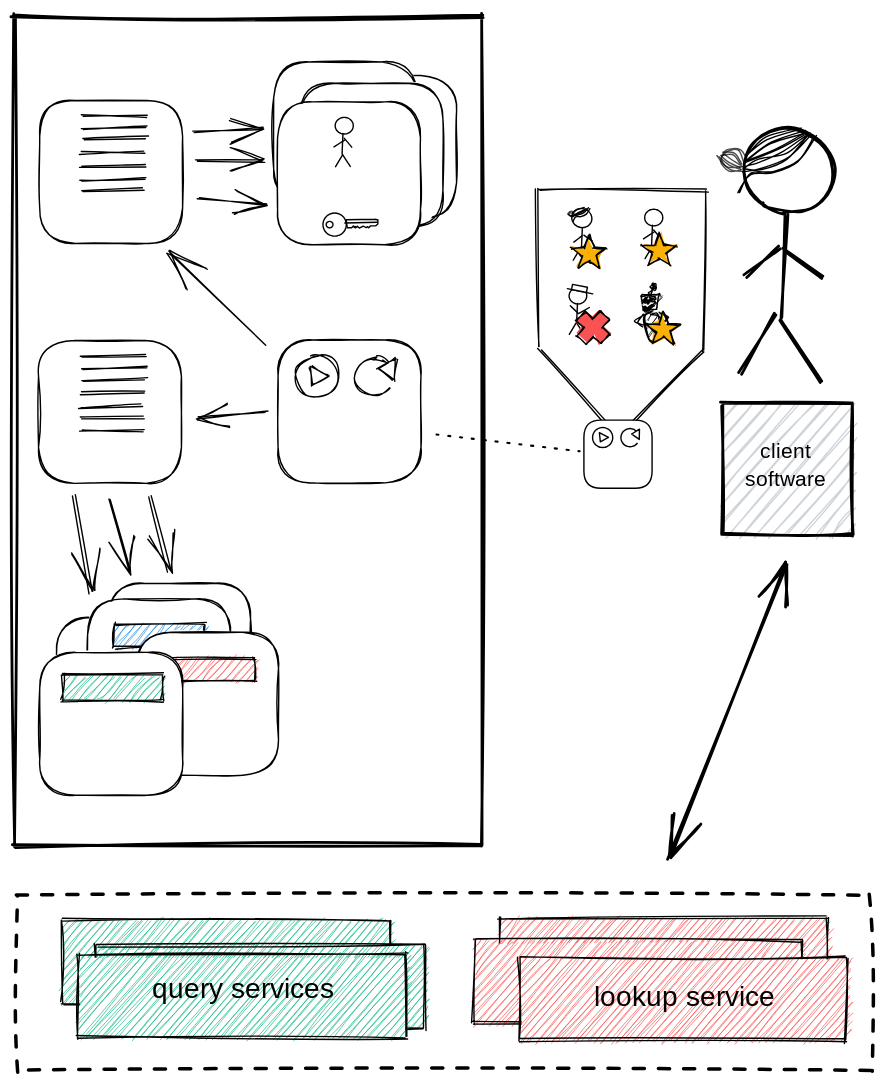
Before: images/trusted.svg, a diagram exported from Excalidraw (tkuhn/knowledge-space). Source tidied: one line per element, renumbered; positions are measured from the earlier drawing's top-left corner, leaving out a move shared by most shapes.
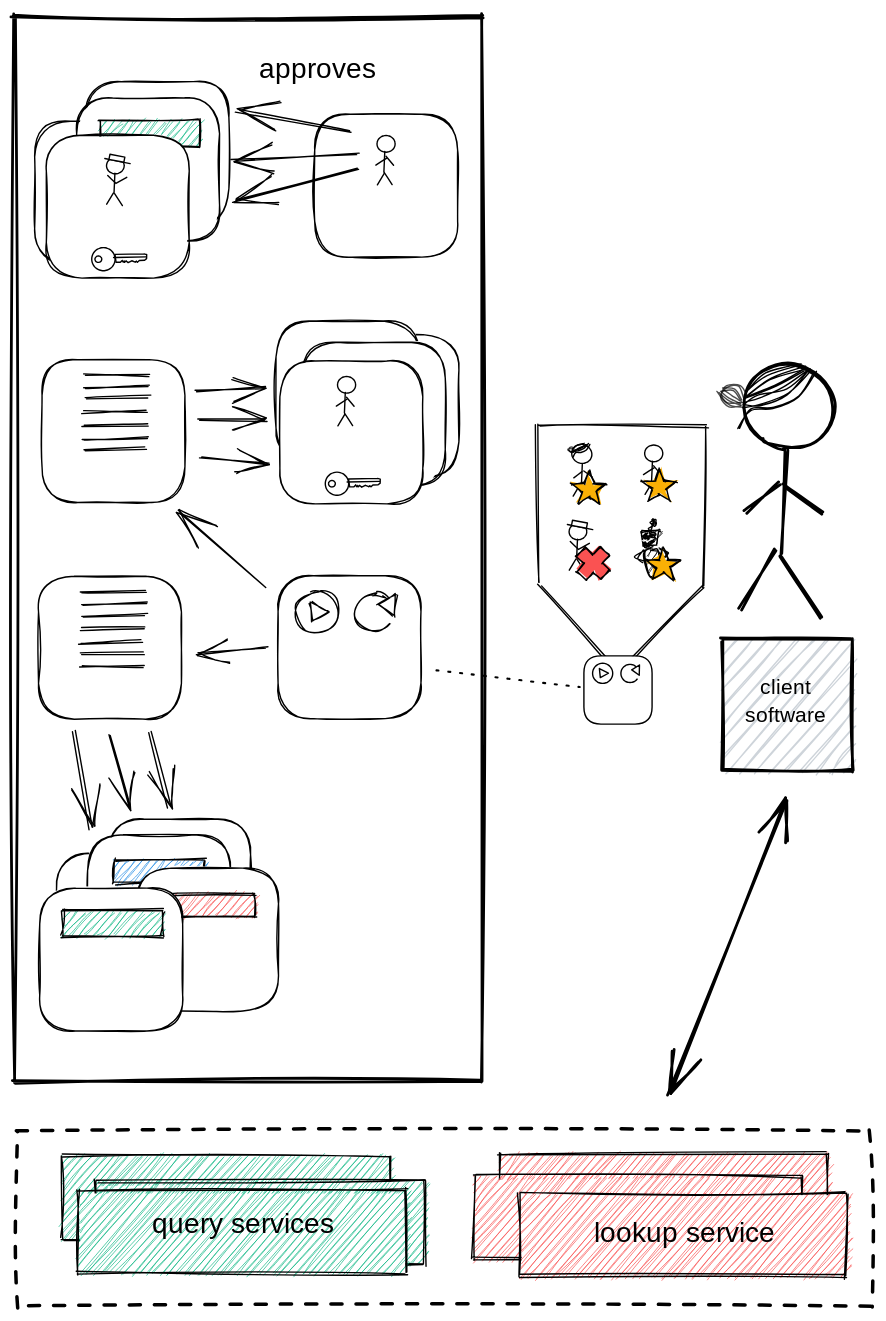
Later version of the same file.

The edit, as a diff of the source:
```diff
@@ -1,1 +1,10 @@
+{"id": 140, "type": "rectangle", "strokeColor": "#000000", "backgroundColor": "#ffffff", "fillStyle": "solid", "strokeWidth": 1, "roughness": 1, "x": 51, "y": -120, "width": 102, "height": 102}
+{"id": 141, "type": "rectangle", "strokeColor": "#000000", "backgroundColor": "#ffffff", "fillStyle": "solid", "strokeWidth": 1, "roughness": 1, "x": 15, "y": -92, "width": 102, "height": 102}
+{"id": 142, "type": "rectangle", "strokeColor": "#000000", "backgroundColor": "#ffffff", "fillStyle": "solid", "strokeWidth": 1, "roughness": 1, "x": 215, "y": -97, "width": 102, "height": 102}
+{"id": 143, "type": "ellipse", "strokeColor": "#000000", "strokeWidth": 1, "roughness": 0, "x": 259, "y": -82, "width": 13, "height": 12}
+{"id": 144, "type": "line", "strokeColor": "#000000", "backgroundColor": "#ced4da", "fillStyle": "solid", "strokeWidth": 1, "roughness": 0, "x": 265, "y": -70, "width": 1, "height": 14, "points": [[0, 0], [-1, 14]]}
+{"id": 145, "type": "line", "strokeColor": "#000000", "backgroundColor": "#ced4da", "fillStyle": "solid", "strokeWidth": 1, "roughness": 0, "x": 264, "y": -55, "width": 6, "height": 9, "points": [[0, 0], [6, 9]]}
+{"id": 146, "type": "line", "strokeColor": "#000000", "backgroundColor": "#ced4da", "fillStyle": "solid", "strokeWidth": 1, "roughness": 0, "x": 265, "y": -55, "width": 5, "height": 8, "points": [[0, 0], [-5, 8]]}
+{"id": 147, "type": "line", "strokeColor": "#000000", "backgroundColor": "#ced4da", "fillStyle": "solid", "strokeWidth": 1, "roughness": 0, "x": 259, "y": -61, "width": 8, "height": 5, "points": [[0, 0], [8, -5]]}
+{"id": 148, "type": "line", "strokeColor": "#000000", "backgroundColor": "#ced4da", "fillStyle": "solid", "strokeWidth": 1, "roughness": 0, "x": 266, "y": -67, "width": 5, "height": 6, "points": [[0, 0], [5, 6]]}
 {"id": 0, "type": "ellipse", "strokeColor": "#000000", "angle": 3.54, "strokeWidth": 2, "roughness": 1, "x": 521, "y": 82, "width": 65, "height": 60}
@@ -34,3 +43,3 @@
 {"id": 33, "type": "text", "text": "query services", "strokeColor": "#000000", "backgroundColor": "#228be6", "fillStyle": "solid", "strokeWidth": 1, "roughness": 1, "fontSize": 20, "fontFamily": 1, "textAlign": "center", "x": 94, "y": 685, "width": 139, "height": 26}
-{"id": 34, "type": "rectangle", "strokeColor": "#000000", "strokeWidth": 2, "roughness": 2, "x": 0, "y": 0, "width": 334, "height": 594}
+{"id": 34, "type": "rectangle", "strokeColor": "#000000", "strokeWidth": 2, "roughness": 2, "x": 0, "y": -168, "width": 334, "height": 763}
 {"id": 35, "type": "line", "strokeColor": "#000000", "angle": 0.01, "strokeWidth": 1, "roughness": 1, "x": 373, "y": 125, "width": 121, "height": 177, "points": [[0, 0], [121, 0], [120, 115], [58, 177], [2, 114], [0, 0]]}
@@ -82,3 +91,3 @@
 {"id": 81, "type": "arrow", "strokeColor": "#000000", "strokeWidth": 1, "roughness": 1, "endArrowhead": "arrow", "from": 99, "to": 83, "x": 180, "y": 284, "width": 48, "height": 4, "points": [[0, 0], [-48, 4]]}
-{"id": 82, "type": "arrow", "strokeColor": "#000000", "strokeWidth": 1, "roughness": 1, "endArrowhead": "arrow", "from": 99, "to": 91, "x": 180, "y": 237, "width": 68, "height": 66, "points": [[0, 0], [-68, -66]]}
+{"id": 82, "type": "arrow", "strokeColor": "#000000", "strokeWidth": 1, "roughness": 1, "endArrowhead": "arrow", "from": 99, "to": 91, "x": 180, "y": 242, "width": 61, "height": 54, "points": [[0, 0], [-61, -54]]}
 {"id": 83, "type": "rectangle", "strokeColor": "#000000", "backgroundColor": "#ffffff", "fillStyle": "solid", "strokeWidth": 1, "roughness": 1, "x": 18, "y": 233, "width": 102, "height": 102}
@@ -91,10 +100,10 @@
 {"id": 90, "type": "line", "strokeColor": "#000000", "strokeWidth": 1, "roughness": 1, "x": 47, "y": 298, "width": 45, "height": 1, "points": [[0, 0], [45, -1]]}
-{"id": 91, "type": "rectangle", "strokeColor": "#000000", "backgroundColor": "#ffffff", "fillStyle": "solid", "strokeWidth": 1, "roughness": 1, "x": 18, "y": 62, "width": 102, "height": 102}
+{"id": 91, "type": "rectangle", "strokeColor": "#000000", "backgroundColor": "#ffffff", "fillStyle": "solid", "strokeWidth": 1, "roughness": 1, "x": 20, "y": 78, "width": 102, "height": 102}
-{"id": 92, "type": "line", "strokeColor": "#000000", "strokeWidth": 1, "roughness": 1, "x": 49, "y": 73, "width": 45, "height": 1, "points": [[0, 0], [45, -1]]}
+{"id": 92, "type": "line", "strokeColor": "#000000", "strokeWidth": 1, "roughness": 1, "x": 51, "y": 90, "width": 45, "height": 1, "points": [[0, 0], [45, -1]]}
-{"id": 93, "type": "line", "strokeColor": "#000000", "strokeWidth": 1, "roughness": 1, "x": 49, "y": 82, "width": 45, "height": 1, "points": [[0, 0], [45, -1]]}
+{"id": 93, "type": "line", "strokeColor": "#000000", "strokeWidth": 1, "roughness": 1, "x": 51, "y": 98, "width": 45, "height": 1, "points": [[0, 0], [45, -1]]}
-{"id": 94, "type": "line", "strokeColor": "#000000", "strokeWidth": 1, "roughness": 1, "x": 49, "y": 90, "width": 45, "height": 1, "points": [[0, 0], [45, -1]]}
+{"id": 94, "type": "line", "strokeColor": "#000000", "strokeWidth": 1, "roughness": 1, "x": 51, "y": 106, "width": 45, "height": 1, "points": [[0, 0], [45, -1]]}
-{"id": 95, "type": "line", "strokeColor": "#000000", "strokeWidth": 1, "roughness": 1, "x": 48, "y": 99, "width": 45, "height": 1, "points": [[0, 0], [45, -1]]}
+{"id": 95, "type": "line", "strokeColor": "#000000", "strokeWidth": 1, "roughness": 1, "x": 50, "y": 116, "width": 45, "height": 1, "points": [[0, 0], [45, -1]]}
-{"id": 96, "type": "line", "strokeColor": "#000000", "strokeWidth": 1, "roughness": 1, "x": 48, "y": 109, "width": 45, "height": 1, "points": [[0, 0], [45, -1]]}
+{"id": 96, "type": "line", "strokeColor": "#000000", "strokeWidth": 1, "roughness": 1, "x": 49, "y": 126, "width": 45, "height": 1, "points": [[0, 0], [45, -1]]}
-{"id": 97, "type": "line", "strokeColor": "#000000", "strokeWidth": 1, "roughness": 1, "x": 48, "y": 118, "width": 45, "height": 1, "points": [[0, 0], [45, -1]]}
+{"id": 97, "type": "line", "strokeColor": "#000000", "strokeWidth": 1, "roughness": 1, "x": 50, "y": 135, "width": 45, "height": 1, "points": [[0, 0], [45, -1]]}
-{"id": 98, "type": "line", "strokeColor": "#000000", "strokeWidth": 1, "roughness": 1, "x": 48, "y": 126, "width": 45, "height": 1, "points": [[0, 0], [45, -1]]}
+{"id": 98, "type": "line", "strokeColor": "#000000", "strokeWidth": 1, "roughness": 1, "x": 50, "y": 143, "width": 45, "height": 1, "points": [[0, 0], [45, -1]]}
 {"id": 99, "type": "rectangle", "strokeColor": "#000000", "backgroundColor": "#ffffff", "fillStyle": "solid", "strokeWidth": 1, "roughness": 1, "x": 189, "y": 233, "width": 102, "height": 102}
@@ -117,17 +126,17 @@
 {"id": 116, "type": "arrow", "strokeColor": "#000000", "strokeWidth": 1, "roughness": 1, "endArrowhead": "arrow", "from": 83, "to": 114, "x": 42, "y": 344, "width": 12, "height": 69, "points": [[0, 0], [12, 69]]}
-{"id": 117, "type": "arrow", "strokeColor": "#000000", "strokeWidth": 1, "roughness": 1, "endArrowhead": "arrow", "from": 91, "to": 121, "x": 131, "y": 105, "width": 48, "height": 0, "points": [[0, 0], [48, 0]]}
+{"id": 117, "type": "arrow", "strokeColor": "#000000", "strokeWidth": 1, "roughness": 1, "endArrowhead": "arrow", "from": 91, "to": 121, "x": 133, "y": 122, "width": 48, "height": 0, "points": [[0, 0], [48, 0]]}
-{"id": 118, "type": "rectangle", "strokeColor": "#000000", "backgroundColor": "#ffffff", "fillStyle": "solid", "strokeWidth": 1, "roughness": 1, "x": 214, "y": 44, "width": 102, "height": 102}
+{"id": 118, "type": "rectangle", "strokeColor": "#000000", "backgroundColor": "#ffffff", "fillStyle": "solid", "strokeWidth": 1, "roughness": 1, "x": 216, "y": 61, "width": 102, "height": 102}
-{"id": 119, "type": "rectangle", "strokeColor": "#000000", "backgroundColor": "#ffffff", "fillStyle": "solid", "strokeWidth": 1, "roughness": 1, "x": 186, "y": 34, "width": 102, "height": 102}
+{"id": 119, "type": "rectangle", "strokeColor": "#000000", "backgroundColor": "#ffffff", "fillStyle": "solid", "strokeWidth": 1, "roughness": 1, "x": 187, "y": 51, "width": 102, "height": 102}
-{"id": 120, "type": "rectangle", "strokeColor": "#000000", "backgroundColor": "#ffffff", "fillStyle": "solid", "strokeWidth": 1, "roughness": 1, "x": 204, "y": 49, "width": 102, "height": 102}
+{"id": 120, "type": "rectangle", "strokeColor": "#000000", "backgroundColor": "#ffffff", "fillStyle": "solid", "strokeWidth": 1, "roughness": 1, "x": 206, "y": 66, "width": 102, "height": 102}
-{"id": 121, "type": "rectangle", "strokeColor": "#000000", "backgroundColor": "#ffffff", "fillStyle": "solid", "strokeWidth": 1, "roughness": 1, "x": 188, "y": 63, "width": 102, "height": 102}
+{"id": 121, "type": "rectangle", "strokeColor": "#000000", "backgroundColor": "#ffffff", "fillStyle": "solid", "strokeWidth": 1, "roughness": 1, "x": 190, "y": 79, "width": 102, "height": 102}
-{"id": 122, "type": "ellipse", "strokeColor": "#000000", "strokeWidth": 1, "roughness": 0, "x": 229, "y": 74, "width": 13, "height": 12}
+{"id": 122, "type": "ellipse", "strokeColor": "#000000", "strokeWidth": 1, "roughness": 0, "x": 231, "y": 90, "width": 13, "height": 12}
-{"id": 123, "type": "line", "strokeColor": "#000000", "backgroundColor": "#ced4da", "fillStyle": "solid", "strokeWidth": 1, "roughness": 0, "x": 235, "y": 85, "width": 1, "height": 14, "points": [[0, 0], [-1, 14]]}
+{"id": 123, "type": "line", "strokeColor": "#000000", "backgroundColor": "#ced4da", "fillStyle": "solid", "strokeWidth": 1, "roughness": 0, "x": 237, "y": 102, "width": 1, "height": 14, "points": [[0, 0], [-1, 14]]}
-{"id": 124, "type": "line", "strokeColor": "#000000", "backgroundColor": "#ced4da", "fillStyle": "solid", "strokeWidth": 1, "roughness": 0, "x": 235, "y": 100, "width": 6, "height": 9, "points": [[0, 0], [6, 9]]}
+{"id": 124, "type": "line", "strokeColor": "#000000", "backgroundColor": "#ced4da", "fillStyle": "solid", "strokeWidth": 1, "roughness": 0, "x": 236, "y": 117, "width": 6, "height": 9, "points": [[0, 0], [6, 9]]}
-{"id": 125, "type": "line", "strokeColor": "#000000", "backgroundColor": "#ced4da", "fillStyle": "solid", "strokeWidth": 1, "roughness": 0, "x": 235, "y": 101, "width": 5, "height": 8, "points": [[0, 0], [-5, 8]]}
+{"id": 125, "type": "line", "strokeColor": "#000000", "backgroundColor": "#ced4da", "fillStyle": "solid", "strokeWidth": 1, "roughness": 0, "x": 236, "y": 118, "width": 5, "height": 8, "points": [[0, 0], [-5, 8]]}
-{"id": 126, "type": "line", "strokeColor": "#000000", "backgroundColor": "#ced4da", "fillStyle": "solid", "strokeWidth": 1, "roughness": 0, "x": 229, "y": 95, "width": 8, "height": 5, "points": [[0, 0], [8, -5]]}
+{"id": 126, "type": "line", "strokeColor": "#000000", "backgroundColor": "#ced4da", "fillStyle": "solid", "strokeWidth": 1, "roughness": 0, "x": 230, "y": 112, "width": 8, "height": 5, "points": [[0, 0], [8, -5]]}
-{"id": 127, "type": "line", "strokeColor": "#000000", "backgroundColor": "#ced4da", "fillStyle": "solid", "strokeWidth": 1, "roughness": 0, "x": 236, "y": 89, "width": 5, "height": 6, "points": [[0, 0], [5, 6]]}
+{"id": 127, "type": "line", "strokeColor": "#000000", "backgroundColor": "#ced4da", "fillStyle": "solid", "strokeWidth": 1, "roughness": 0, "x": 238, "y": 105, "width": 5, "height": 6, "points": [[0, 0], [5, 6]]}
-{"id": 128, "type": "ellipse", "strokeColor": "#000000", "strokeWidth": 1, "roughness": 0, "x": 221, "y": 142, "width": 17, "height": 16}
+{"id": 128, "type": "ellipse", "strokeColor": "#000000", "strokeWidth": 1, "roughness": 0, "x": 222, "y": 159, "width": 17, "height": 16}
-{"id": 129, "type": "ellipse", "strokeColor": "#000000", "strokeWidth": 1, "roughness": 0, "x": 223, "y": 148, "width": 5, "height": 5}
+{"id": 129, "type": "ellipse", "strokeColor": "#000000", "strokeWidth": 1, "roughness": 0, "x": 225, "y": 165, "width": 5, "height": 5}
-{"id": 130, "type": "line", "strokeColor": "#000000", "strokeWidth": 1, "roughness": 0, "x": 237, "y": 147, "width": 23, "height": 6, "points": [[0, 0], [21, 0], [23, 0], [23, 3], [21, 4], [17, 4], [16, 6], [15, 5], [14, 6], [12, 5], [9, 6], [8, 5], [7, 6], [7, 5], [6, 6], [5, 4], [4, 6], [1, 6], [0, 0]]}
+{"id": 130, "type": "line", "strokeColor": "#000000", "strokeWidth": 1, "roughness": 0, "x": 239, "y": 164, "width": 23, "height": 6, "points": [[0, 0], [21, 0], [23, 0], [23, 3], [21, 4], [17, 4], [16, 6], [15, 5], [14, 6], [12, 5], [9, 6], [8, 5], [7, 6], [7, 5], [6, 6], [5, 4], [4, 6], [1, 6], [0, 0]]}
-{"id": 131, "type": "line", "strokeColor": "#000000", "backgroundColor": "#000000", "fillStyle": "solid", "strokeWidth": 1, "roughness": 0, "x": 236, "y": 149, "width": 23, "height": 0, "points": [[0, 0], [23, 0]]}
+{"id": 131, "type": "line", "strokeColor": "#000000", "backgroundColor": "#000000", "fillStyle": "solid", "strokeWidth": 1, "roughness": 0, "x": 238, "y": 166, "width": 23, "height": 0, "points": [[0, 0], [23, 0]]}
 {"id": 132, "type": "rectangle", "strokeColor": "#000000", "backgroundColor": "#ffffff", "fillStyle": "solid", "strokeWidth": 1, "roughness": 1, "x": 87, "y": 442, "width": 102, "height": 102}
@@ -138,3 +147,22 @@
 {"id": 137, "type": "arrow", "strokeColor": "#000000", "strokeWidth": 1, "roughness": 1, "endArrowhead": "arrow", "from": 83, "to": 114, "x": 68, "y": 346, "width": 15, "height": 52, "points": [[0, 0], [15, 52]]}
-{"id": 138, "type": "arrow", "strokeColor": "#000000", "strokeWidth": 1, "roughness": 1, "endArrowhead": "arrow", "from": 91, "to": 121, "x": 128, "y": 85, "width": 49, "height": 4, "points": [[0, 0], [49, -4]]}
+{"id": 138, "type": "arrow", "strokeColor": "#000000", "strokeWidth": 1, "roughness": 1, "endArrowhead": "arrow", "from": 91, "to": 121, "x": 130, "y": 101, "width": 49, "height": 4, "points": [[0, 0], [49, -4]]}
-{"id": 139, "type": "arrow", "strokeColor": "#000000", "strokeWidth": 1, "roughness": 1, "endArrowhead": "arrow", "from": 91, "to": 121, "x": 132, "y": 131, "width": 48, "height": 5, "points": [[0, 0], [48, 5]]}
+{"id": 139, "type": "arrow", "strokeColor": "#000000", "strokeWidth": 1, "roughness": 1, "endArrowhead": "arrow", "from": 91, "to": 121, "x": 134, "y": 148, "width": 48, "height": 5, "points": [[0, 0], [48, 5]]}
+{"id": 149, "type": "arrow", "strokeColor": "#000000", "strokeWidth": 1, "roughness": 1, "endArrowhead": "arrow", "from": 143, "to": 150, "x": 245, "y": -68, "width": 90, "height": 4, "points": [[0, 0], [-90, 4]]}
+{"id": 150, "type": "rectangle", "strokeColor": "#000000", "backgroundColor": "#ffffff", "fillStyle": "solid", "strokeWidth": 1, "roughness": 1, "x": 45, "y": -109, "width": 102, "height": 102}
+{"id": 151, "type": "rectangle", "strokeColor": "#000000", "backgroundColor": "#12b886", "fillStyle": "hachure", "strokeWidth": 1, "roughness": 1, "x": 61, "y": -92, "width": 72, "height": 18}
+{"id": 152, "type": "rectangle", "strokeColor": "#000000", "backgroundColor": "#ffffff", "fillStyle": "solid", "strokeWidth": 1, "roughness": 1, "x": 23, "y": -82, "width": 102, "height": 102}
+{"id": 153, "type": "ellipse", "strokeColor": "#000000", "strokeWidth": 1, "roughness": 0, "x": 56, "y": -2, "width": 17, "height": 16}
+{"id": 154, "type": "ellipse", "strokeColor": "#000000", "strokeWidth": 1, "roughness": 0, "x": 58, "y": 4, "width": 5, "height": 5}
+{"id": 155, "type": "line", "strokeColor": "#000000", "strokeWidth": 1, "roughness": 0, "x": 72, "y": 3, "width": 23, "height": 6, "points": [[0, 0], [21, 0], [23, 0], [23, 3], [21, 4], [17, 4], [16, 6], [15, 5], [14, 6], [12, 5], [9, 6], [8, 5], [7, 6], [7, 5], [6, 6], [5, 4], [4, 6], [1, 6], [0, 0]]}
+{"id": 156, "type": "line", "strokeColor": "#000000", "backgroundColor": "#000000", "fillStyle": "solid", "strokeWidth": 1, "roughness": 0, "x": 71, "y": 5, "width": 23, "height": 0, "points": [[0, 0], [23, 0]]}
+{"id": 157, "type": "ellipse", "strokeColor": "#000000", "strokeWidth": 1, "roughness": 0, "x": 66, "y": -66, "width": 13, "height": 12}
+{"id": 158, "type": "line", "strokeColor": "#000000", "backgroundColor": "#ced4da", "fillStyle": "solid", "strokeWidth": 1, "roughness": 0, "x": 72, "y": -55, "width": 1, "height": 14, "points": [[0, 0], [-1, 14]]}
+{"id": 159, "type": "line", "strokeColor": "#000000", "backgroundColor": "#ced4da", "fillStyle": "solid", "strokeWidth": 1, "roughness": 0, "x": 72, "y": -40, "width": 6, "height": 9, "points": [[0, 0], [6, 9]]}
+{"id": 160, "type": "line", "strokeColor": "#000000", "backgroundColor": "#ced4da", "fillStyle": "solid", "strokeWidth": 1, "roughness": 0, "x": 71, "y": -41, "width": 5, "height": 8, "points": [[0, 0], [-5, 8]]}
+{"id": 161, "type": "line", "strokeColor": "#000000", "backgroundColor": "#ced4da", "fillStyle": "solid", "strokeWidth": 1, "roughness": 0, "x": 67, "y": -53, "width": 5, "height": 5, "points": [[0, 0], [5, 5]]}
+{"id": 162, "type": "line", "strokeColor": "#000000", "backgroundColor": "#ced4da", "fillStyle": "solid", "strokeWidth": 1, "roughness": 0, "x": 73, "y": -47, "width": 8, "height": 4, "points": [[0, 0], [8, -4]]}
+{"id": 163, "type": "line", "strokeColor": "#000000", "strokeWidth": 1, "roughness": 0, "x": 65, "y": -65, "width": 18, "height": 4, "points": [[0, 0], [18, 4]]}
+{"id": 164, "type": "rectangle", "strokeColor": "#000000", "angle": 0.19, "backgroundColor": "#fff", "fillStyle": "solid", "strokeWidth": 1, "roughness": 0, "x": 68, "y": -67, "width": 11, "height": 4}
+{"id": 165, "type": "arrow", "strokeColor": "#000000", "strokeWidth": 1, "roughness": 1, "endArrowhead": "arrow", "to": 150, "x": 245, "y": -58, "width": 88, "height": 23, "points": [[0, 0], [-88, 23]]}
+{"id": 166, "type": "arrow", "strokeColor": "#000000", "strokeWidth": 1, "roughness": 1, "endArrowhead": "arrow", "to": 150, "x": 240, "y": -84, "width": 81, "height": 15, "points": [[0, 0], [-81, -15]]}
+{"id": 167, "type": "text", "text": "approves", "strokeColor": "#000000", "backgroundColor": "#228be6", "fillStyle": "solid", "strokeWidth": 2, "strokeStyle": "dotted", "roughness": 0, "fontSize": 20, "fontFamily": 1, "x": 175, "y": -141, "width": 85, "height": 26}
```
